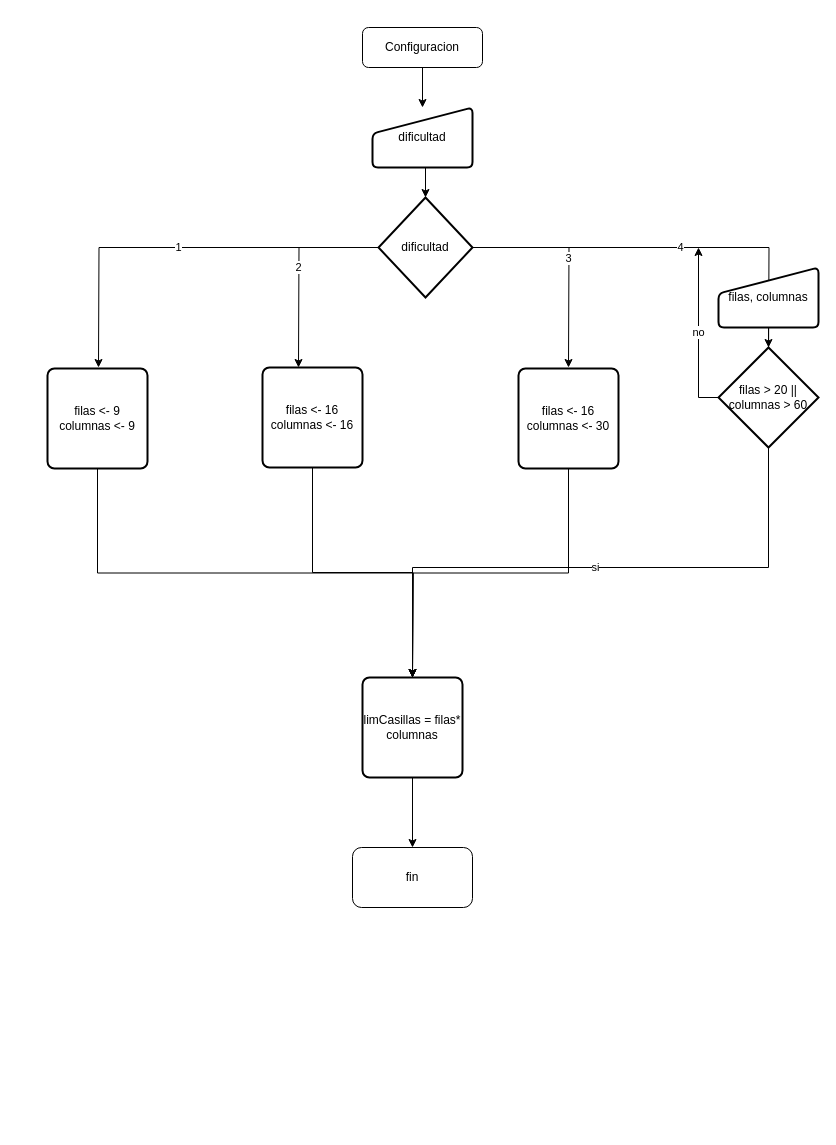
Above: intro-programacion/entrega1/configuracion.drawio in miguelgonrod/Universidad (draw.io), before the change. Source tidied: cells renumbered, new cells numbered last; positions are measured from the earlier drawing's top-left corner, leaving out a move shared by most shapes. Both pictures are drawn from the tidied source at 100%, with x=0, y=0 at pixel (47, 27).
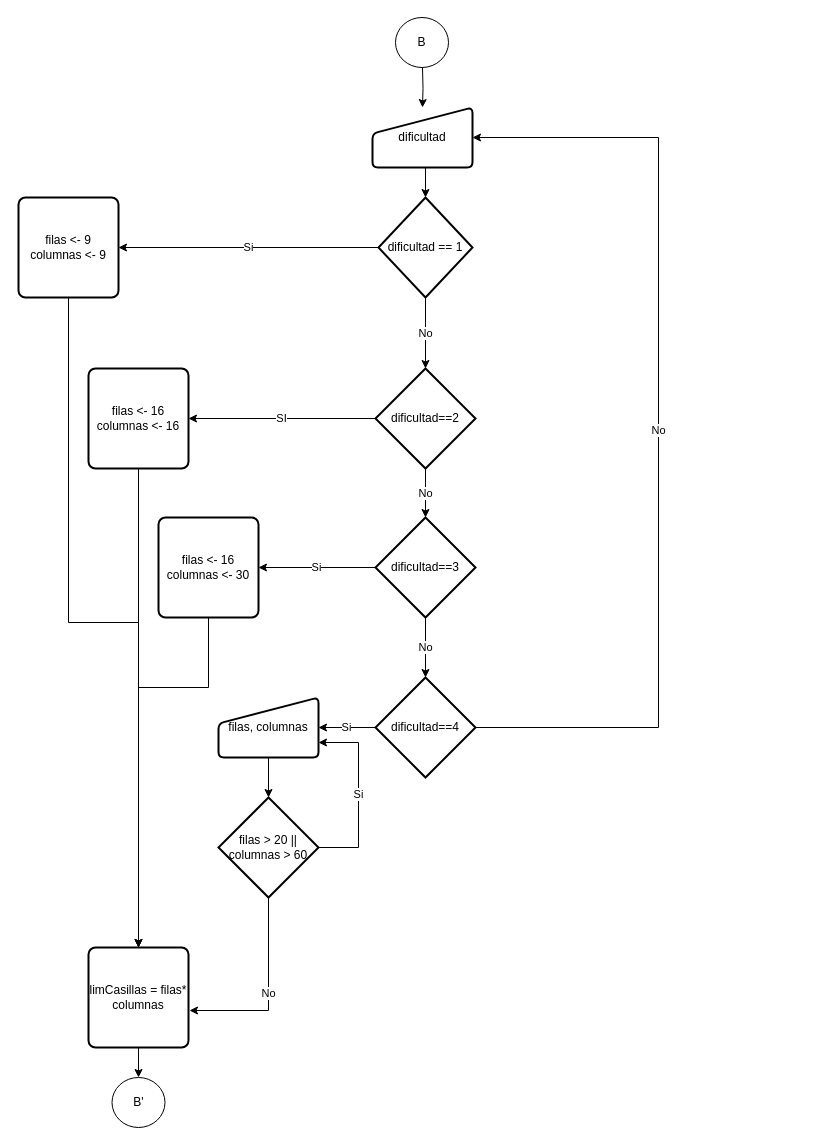
The same diagram, later.

The change refers to these unchanged cells:
```xml
<mxCell id="5" value="dificultad" style="html=1;strokeWidth=2;shape=manualInput;whiteSpace=wrap;rounded=1;size=26;arcSize=11;" parent="1" vertex="1">
  <mxGeometry x="325" y="80" width="100" height="60" as="geometry" />
</mxCell>
```

What changed in the source:
```diff
@@
-    <mxCell id="2" style="edgeStyle=orthogonalEdgeStyle;rounded=0;jettySize=auto;html=1;exitX=0.5;exitY=1;exitDx=0;exitDy=0;" parent="1" edge="1" source="3" target="5">
-      <mxGeometry relative="1" as="geometry" />
+    <mxCell id="2" style="edgeStyle=orthogonalEdgeStyle;rounded=0;jettySize=auto;html=1;exitX=0.5;exitY=1;exitDx=0;exitDy=0;" parent="1" edge="1" target="5">
+      <mxGeometry relative="1" as="geometry">
+        <mxPoint x="375" y="40" as="sourcePoint" />
+      </mxGeometry>
     </mxCell>
-    <mxCell id="3" value="Configuracion" style="rounded=1;whiteSpace=wrap;html=1;" parent="1" vertex="1">
-      <mxGeometry x="315" width="120" height="40" as="geometry" />
-    </mxCell>
@@
-    <mxCell id="6" value="1" style="edgeStyle=orthogonalEdgeStyle;rounded=0;jettySize=auto;html=1;exitX=0;exitY=0.5;exitDx=0;exitDy=0;exitPerimeter=0;" parent="1" edge="1" source="10">
-      <mxGeometry relative="1" as="geometry">
-        <mxPoint x="51" y="340" as="targetPoint" />
-      </mxGeometry>
-    </mxCell>
-    <mxCell id="7" value="2" style="edgeStyle=orthogonalEdgeStyle;rounded=0;jettySize=auto;html=1;" parent="1" edge="1" source="10">
-      <mxGeometry relative="1" as="geometry">
-        <mxPoint x="251" y="340" as="targetPoint" />
-      </mxGeometry>
-    </mxCell>
-    <mxCell id="8" value="4" style="edgeStyle=orthogonalEdgeStyle;rounded=0;jettySize=auto;html=1;exitX=1;exitY=0.5;exitDx=0;exitDy=0;exitPerimeter=0;" parent="1" edge="1" source="10">
-      <mxGeometry relative="1" as="geometry">
-        <mxPoint x="721" y="340" as="targetPoint" />
-      </mxGeometry>
-    </mxCell>
-    <mxCell id="9" value="3" style="edgeStyle=orthogonalEdgeStyle;rounded=0;jettySize=auto;html=1;exitX=1;exitY=0.5;exitDx=0;exitDy=0;exitPerimeter=0;" parent="1" edge="1" source="10">
-      <mxGeometry relative="1" as="geometry">
-        <mxPoint x="521" y="340" as="targetPoint" />
-      </mxGeometry>
-    </mxCell>
+    <mxCell id="25" value="No" style="edgeStyle=orthogonalEdgeStyle;rounded=0;jettySize=auto;html=1;entryX=0.5;entryY=0;entryDx=0;entryDy=0;entryPerimeter=0;" parent="1" edge="1" source="10" target="36">
+      <mxGeometry relative="1" as="geometry" />
+    </mxCell>
+    <mxCell id="26" value="Si" style="edgeStyle=orthogonalEdgeStyle;rounded=0;jettySize=auto;html=1;" parent="1" edge="1" source="10" target="12">
+      <mxGeometry relative="1" as="geometry" />
+    </mxCell>
-    <mxCell id="10" value="dificultad" style="strokeWidth=2;html=1;shape=mxgraph.flowchart.decision;whiteSpace=wrap;" parent="1" vertex="1">
+    <mxCell id="10" value="dificultad == 1" style="strokeWidth=2;html=1;shape=mxgraph.flowchart.decision;whiteSpace=wrap;" parent="1" vertex="1">
       <mxGeometry x="331" y="170" width="94" height="100" as="geometry" />
     </mxCell>
-    <mxCell id="11" style="edgeStyle=orthogonalEdgeStyle;rounded=0;jettySize=auto;html=1;exitX=0.5;exitY=1;exitDx=0;exitDy=0;" parent="1" edge="1" source="12">
-      <mxGeometry relative="1" as="geometry">
-        <mxPoint x="365" y="650" as="targetPoint" />
-      </mxGeometry>
-    </mxCell>
+    <mxCell id="27" style="edgeStyle=orthogonalEdgeStyle;rounded=0;jettySize=auto;html=1;entryX=0.5;entryY=0;entryDx=0;entryDy=0;" parent="1" edge="1" source="12" target="23">
+      <mxGeometry relative="1" as="geometry" />
+    </mxCell>
     <mxCell id="12" value="filas &amp;lt;- 9&lt;br&gt;columnas &amp;lt;- 9" style="rounded=1;whiteSpace=wrap;html=1;absoluteArcSize=1;arcSize=14;strokeWidth=2;" parent="1" vertex="1">
-      <mxGeometry y="341" width="100" height="100" as="geometry" />
+      <mxGeometry x="-29" y="170" width="100" height="100" as="geometry" />
     </mxCell>
-    <mxCell id="13" style="edgeStyle=orthogonalEdgeStyle;rounded=0;jettySize=auto;html=1;entryX=0.5;entryY=0;entryDx=0;entryDy=0;exitX=0.5;exitY=1;exitDx=0;exitDy=0;" parent="1" edge="1" source="14">
-      <mxGeometry relative="1" as="geometry">
-        <mxPoint x="365" y="650" as="targetPoint" />
-      </mxGeometry>
-    </mxCell>
+    <mxCell id="28" style="edgeStyle=orthogonalEdgeStyle;rounded=0;jettySize=auto;html=1;" parent="1" edge="1" source="14">
+      <mxGeometry relative="1" as="geometry">
+        <mxPoint x="91" y="920" as="targetPoint" />
+      </mxGeometry>
+    </mxCell>
     <mxCell id="14" value="filas &amp;lt;- 16&lt;br&gt;columnas &amp;lt;- 16" style="rounded=1;whiteSpace=wrap;html=1;absoluteArcSize=1;arcSize=14;strokeWidth=2;" parent="1" vertex="1">
-      <mxGeometry x="215" y="340" width="100" height="100" as="geometry" />
+      <mxGeometry x="41" y="341" width="100" height="100" as="geometry" />
     </mxCell>
@@
-    <mxCell id="16" value="filas, columnas" style="html=1;strokeWidth=2;shape=manualInput;whiteSpace=wrap;rounded=1;size=26;arcSize=11;" parent="1" vertex="1">
-      <mxGeometry x="671" y="240" width="100" height="60" as="geometry" />
-    </mxCell>
-    <mxCell id="17" value="no" style="edgeStyle=orthogonalEdgeStyle;rounded=0;jettySize=auto;html=1;exitX=0;exitY=0.5;exitDx=0;exitDy=0;exitPerimeter=0;" parent="1" edge="1" source="19">
-      <mxGeometry relative="1" as="geometry">
-        <mxPoint x="651" y="220" as="targetPoint" />
-      </mxGeometry>
-    </mxCell>
+    <mxCell id="29" value="Si" style="edgeStyle=orthogonalEdgeStyle;rounded=0;jettySize=auto;html=1;entryX=1;entryY=0.75;entryDx=0;entryDy=0;" parent="1" edge="1" source="19" target="16">
+      <mxGeometry relative="1" as="geometry">
+        <Array as="points">
+          <mxPoint x="311" y="820" />
+          <mxPoint x="311" y="715" />
+        </Array>
+      </mxGeometry>
+    </mxCell>
-    <mxCell id="18" value="si" style="edgeStyle=orthogonalEdgeStyle;rounded=0;jettySize=auto;html=1;exitX=0.5;exitY=1;exitDx=0;exitDy=0;exitPerimeter=0;" parent="1" edge="1" source="19" target="23">
+    <mxCell id="18" value="No" style="edgeStyle=orthogonalEdgeStyle;rounded=0;jettySize=auto;html=1;entryX=1.01;entryY=0.63;entryDx=0;entryDy=0;entryPerimeter=0;" parent="1" edge="1" source="19" target="23">
       <mxGeometry relative="1" as="geometry">
         <Array as="points">
-          <mxPoint x="721" y="540" />
-          <mxPoint x="365" y="540" />
+          <mxPoint x="221" y="983" />
         </Array>
       </mxGeometry>
     </mxCell>
     <mxCell id="19" value="filas &amp;gt; 20 || columnas &amp;gt; 60" style="strokeWidth=2;html=1;shape=mxgraph.flowchart.decision;whiteSpace=wrap;" parent="1" vertex="1">
-      <mxGeometry x="671" y="320" width="100" height="100" as="geometry" />
+      <mxGeometry x="171" y="770" width="100" height="100" as="geometry" />
     </mxCell>
-    <mxCell id="20" style="edgeStyle=orthogonalEdgeStyle;rounded=0;jettySize=auto;html=1;exitX=0.5;exitY=1;exitDx=0;exitDy=0;entryX=0.5;entryY=0;entryDx=0;entryDy=0;" parent="1" edge="1" source="21">
-      <mxGeometry relative="1" as="geometry">
-        <mxPoint x="365" y="650" as="targetPoint" />
-      </mxGeometry>
-    </mxCell>
+    <mxCell id="30" style="edgeStyle=orthogonalEdgeStyle;rounded=0;jettySize=auto;html=1;exitX=0.5;exitY=1;exitDx=0;exitDy=0;" parent="1" edge="1" source="21">
+      <mxGeometry relative="1" as="geometry">
+        <mxPoint x="91" y="920" as="targetPoint" />
+        <Array as="points">
+          <mxPoint x="161" y="660" />
+          <mxPoint x="91" y="660" />
+        </Array>
+      </mxGeometry>
+    </mxCell>
     <mxCell id="21" value="filas &amp;lt;- 16&lt;br&gt;columnas &amp;lt;- 30" style="rounded=1;whiteSpace=wrap;html=1;absoluteArcSize=1;arcSize=14;strokeWidth=2;" parent="1" vertex="1">
-      <mxGeometry x="471" y="341" width="100" height="100" as="geometry" />
+      <mxGeometry x="111" y="490" width="100" height="100" as="geometry" />
     </mxCell>
-    <mxCell id="22" style="edgeStyle=orthogonalEdgeStyle;rounded=0;jettySize=auto;html=1;entryX=0.5;entryY=0;entryDx=0;entryDy=0;" parent="1" edge="1" source="23" target="24">
-      <mxGeometry relative="1" as="geometry" />
-    </mxCell>
+    <mxCell id="31" style="edgeStyle=orthogonalEdgeStyle;rounded=0;jettySize=auto;html=1;entryX=0.5;entryY=0;entryDx=0;entryDy=0;" parent="1" edge="1" source="23" target="33">
+      <mxGeometry relative="1" as="geometry" />
+    </mxCell>
     <mxCell id="23" value="limCasillas = filas* columnas" style="rounded=1;whiteSpace=wrap;html=1;absoluteArcSize=1;arcSize=14;strokeWidth=2;" parent="1" vertex="1">
-      <mxGeometry x="315" y="650" width="100" height="100" as="geometry" />
+      <mxGeometry x="41" y="920" width="100" height="100" as="geometry" />
     </mxCell>
-    <mxCell id="24" value="fin" style="rounded=1;whiteSpace=wrap;html=1;" parent="1" vertex="1">
-      <mxGeometry x="305" y="820" width="120" height="60" as="geometry" />
-    </mxCell>
+    <mxCell id="32" value="B" style="ellipse;whiteSpace=wrap;html=1;" parent="1" vertex="1">
+      <mxGeometry x="348" y="-10" width="53" height="50" as="geometry" />
+    </mxCell>
+    <mxCell id="33" value="B'" style="ellipse;whiteSpace=wrap;html=1;" parent="1" vertex="1">
+      <mxGeometry x="64.5" y="1050" width="53" height="50" as="geometry" />
+    </mxCell>
+    <mxCell id="34" value="SI" style="edgeStyle=orthogonalEdgeStyle;rounded=0;jettySize=auto;html=1;entryX=1;entryY=0.5;entryDx=0;entryDy=0;" parent="1" edge="1" source="36" target="14">
+      <mxGeometry relative="1" as="geometry" />
+    </mxCell>
+    <mxCell id="35" value="No" style="edgeStyle=orthogonalEdgeStyle;rounded=0;jettySize=auto;html=1;entryX=0.5;entryY=0;entryDx=0;entryDy=0;entryPerimeter=0;" parent="1" edge="1" source="36" target="39">
+      <mxGeometry relative="1" as="geometry" />
+    </mxCell>
+    <mxCell id="36" value="dificultad==2" style="strokeWidth=2;html=1;shape=mxgraph.flowchart.decision;whiteSpace=wrap;" parent="1" vertex="1">
+      <mxGeometry x="328" y="341" width="100" height="100" as="geometry" />
+    </mxCell>
+    <mxCell id="37" value="Si" style="edgeStyle=orthogonalEdgeStyle;rounded=0;jettySize=auto;html=1;" parent="1" edge="1" source="39" target="21">
+      <mxGeometry relative="1" as="geometry" />
+    </mxCell>
+    <mxCell id="38" value="No" style="edgeStyle=orthogonalEdgeStyle;rounded=0;jettySize=auto;html=1;entryX=0.5;entryY=0;entryDx=0;entryDy=0;entryPerimeter=0;" parent="1" edge="1" source="39" target="42">
+      <mxGeometry relative="1" as="geometry" />
+    </mxCell>
+    <mxCell id="39" value="dificultad==3" style="strokeWidth=2;html=1;shape=mxgraph.flowchart.decision;whiteSpace=wrap;" parent="1" vertex="1">
+      <mxGeometry x="328" y="490" width="100" height="100" as="geometry" />
+    </mxCell>
+    <mxCell id="40" value="Si" style="edgeStyle=orthogonalEdgeStyle;rounded=0;jettySize=auto;html=1;" parent="1" edge="1" source="42" target="16">
+      <mxGeometry relative="1" as="geometry" />
+    </mxCell>
+    <mxCell id="41" value="No" style="edgeStyle=orthogonalEdgeStyle;rounded=0;jettySize=auto;html=1;entryX=1;entryY=0.5;entryDx=0;entryDy=0;" parent="1" edge="1" source="42" target="5">
+      <mxGeometry relative="1" as="geometry">
+        <Array as="points">
+          <mxPoint x="611" y="700" />
+          <mxPoint x="611" y="110" />
+        </Array>
+      </mxGeometry>
+    </mxCell>
+    <mxCell id="42" value="dificultad==4" style="strokeWidth=2;html=1;shape=mxgraph.flowchart.decision;whiteSpace=wrap;" parent="1" vertex="1">
+      <mxGeometry x="328" y="650" width="100" height="100" as="geometry" />
+    </mxCell>
+    <mxCell id="16" value="filas, columnas" style="html=1;strokeWidth=2;shape=manualInput;whiteSpace=wrap;rounded=1;size=26;arcSize=11;" parent="1" vertex="1">
+      <mxGeometry x="171" y="670" width="100" height="60" as="geometry" />
+    </mxCell>
```
